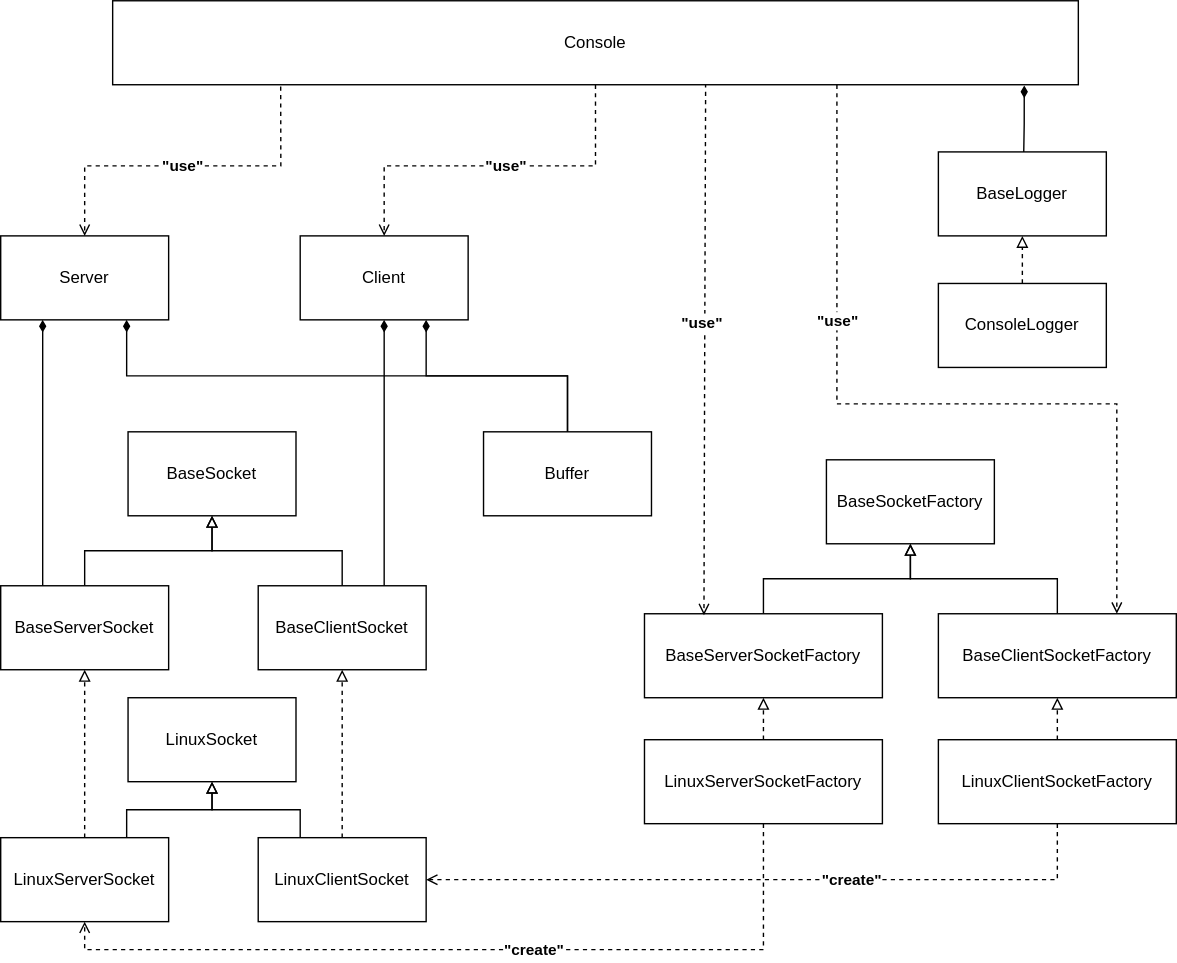
alex8399/file-transfer keeps this draw.io diagram as docs/diagram/UMLClassDiagram.drawio.svg. Above is the earlier version. Source tidied: cells renumbered, new cells last; positions are measured from the earlier drawing's top-left corner, leaving out a move shared by most shapes. Its diagram source:
```xml
<mxGraphModel>
  <root>
    <mxCell id="0" />
    <mxCell id="1" parent="0" />
    <mxCell id="2" value="BaseSocket" style="rounded=0;whiteSpace=wrap;html=1;" parent="1" vertex="1">
      <mxGeometry x="91" y="308" width="120" height="60" as="geometry" />
    </mxCell>
    <mxCell id="3" style="edgeStyle=orthogonalEdgeStyle;rounded=0;jettySize=auto;html=1;exitX=0.5;exitY=0;exitDx=0;exitDy=0;entryX=0.5;entryY=1;entryDx=0;entryDy=0;endArrow=block;endFill=0;" parent="1" edge="1" source="5" target="2">
      <mxGeometry relative="1" as="geometry" />
    </mxCell>
    <mxCell id="4" style="edgeStyle=orthogonalEdgeStyle;rounded=0;jettySize=auto;html=1;exitX=0.25;exitY=0;exitDx=0;exitDy=0;entryX=0.25;entryY=1;entryDx=0;entryDy=0;endArrow=diamondThin;endFill=1;" parent="1" edge="1" source="5" target="33">
      <mxGeometry relative="1" as="geometry" />
    </mxCell>
    <mxCell id="5" value="BaseServerSocket" style="rounded=0;whiteSpace=wrap;html=1;" parent="1" vertex="1">
      <mxGeometry y="418" width="120" height="60" as="geometry" />
    </mxCell>
    <mxCell id="6" style="edgeStyle=orthogonalEdgeStyle;rounded=0;jettySize=auto;html=1;exitX=0.5;exitY=0;exitDx=0;exitDy=0;entryX=0.5;entryY=1;entryDx=0;entryDy=0;endArrow=block;endFill=0;" parent="1" edge="1" source="7" target="2">
      <mxGeometry relative="1" as="geometry" />
    </mxCell>
    <mxCell id="7" value="BaseClientSocket" style="rounded=0;whiteSpace=wrap;html=1;" parent="1" vertex="1">
      <mxGeometry x="184" y="418" width="120" height="60" as="geometry" />
    </mxCell>
    <mxCell id="8" style="edgeStyle=orthogonalEdgeStyle;rounded=0;jettySize=auto;html=1;exitX=0.5;exitY=0;exitDx=0;exitDy=0;entryX=0.5;entryY=1;entryDx=0;entryDy=0;endArrow=block;endFill=0;dashed=1;" parent="1" edge="1" source="10" target="5">
      <mxGeometry relative="1" as="geometry">
        <Array as="points">
          <mxPoint x="60" y="498" />
          <mxPoint x="60" y="498" />
        </Array>
      </mxGeometry>
    </mxCell>
    <mxCell id="9" style="edgeStyle=orthogonalEdgeStyle;rounded=0;jettySize=auto;html=1;exitX=0.75;exitY=0;exitDx=0;exitDy=0;entryX=0.5;entryY=1;entryDx=0;entryDy=0;endArrow=block;endFill=0;" parent="1" edge="1" source="10" target="14">
      <mxGeometry relative="1" as="geometry" />
    </mxCell>
    <mxCell id="10" value="LinuxServerSocket" style="rounded=0;whiteSpace=wrap;html=1;" parent="1" vertex="1">
      <mxGeometry y="598" width="120" height="60" as="geometry" />
    </mxCell>
    <mxCell id="11" style="edgeStyle=orthogonalEdgeStyle;rounded=0;jettySize=auto;html=1;exitX=0.5;exitY=0;exitDx=0;exitDy=0;entryX=0.5;entryY=1;entryDx=0;entryDy=0;dashed=1;endArrow=block;endFill=0;" parent="1" edge="1" source="13" target="7">
      <mxGeometry relative="1" as="geometry">
        <Array as="points">
          <mxPoint x="244" y="508" />
          <mxPoint x="244" y="508" />
        </Array>
      </mxGeometry>
    </mxCell>
    <mxCell id="12" style="edgeStyle=orthogonalEdgeStyle;rounded=0;jettySize=auto;html=1;exitX=0.25;exitY=0;exitDx=0;exitDy=0;entryX=0.5;entryY=1;entryDx=0;entryDy=0;endArrow=block;endFill=0;" parent="1" edge="1" source="13" target="14">
      <mxGeometry relative="1" as="geometry" />
    </mxCell>
    <mxCell id="13" value="LinuxClientSocket" style="rounded=0;whiteSpace=wrap;html=1;" parent="1" vertex="1">
      <mxGeometry x="184" y="598" width="120" height="60" as="geometry" />
    </mxCell>
    <mxCell id="14" value="LinuxSocket" style="rounded=0;whiteSpace=wrap;html=1;" parent="1" vertex="1">
      <mxGeometry x="91" y="498" width="120" height="60" as="geometry" />
    </mxCell>
    <mxCell id="15" value="BaseSocketFactory" style="rounded=0;whiteSpace=wrap;html=1;" parent="1" vertex="1">
      <mxGeometry x="590" y="328" width="120" height="60" as="geometry" />
    </mxCell>
    <mxCell id="16" style="edgeStyle=orthogonalEdgeStyle;rounded=0;jettySize=auto;html=1;exitX=0.5;exitY=0;exitDx=0;exitDy=0;entryX=0.5;entryY=1;entryDx=0;entryDy=0;endArrow=block;endFill=0;" parent="1" edge="1" source="17" target="15">
      <mxGeometry relative="1" as="geometry" />
    </mxCell>
    <mxCell id="17" value="BaseServerSocketFactory" style="rounded=0;whiteSpace=wrap;html=1;" parent="1" vertex="1">
      <mxGeometry x="460" y="438" width="170" height="60" as="geometry" />
    </mxCell>
    <mxCell id="18" style="edgeStyle=orthogonalEdgeStyle;rounded=0;jettySize=auto;html=1;exitX=0.5;exitY=0;exitDx=0;exitDy=0;entryX=0.5;entryY=1;entryDx=0;entryDy=0;endArrow=block;endFill=0;" parent="1" edge="1" source="19" target="15">
      <mxGeometry relative="1" as="geometry" />
    </mxCell>
    <mxCell id="19" value="BaseClientSocketFactory" style="rounded=0;whiteSpace=wrap;html=1;" parent="1" vertex="1">
      <mxGeometry x="670" y="438" width="170" height="60" as="geometry" />
    </mxCell>
    <mxCell id="20" style="edgeStyle=orthogonalEdgeStyle;rounded=0;jettySize=auto;html=1;exitX=0.5;exitY=0;exitDx=0;exitDy=0;entryX=0.5;entryY=1;entryDx=0;entryDy=0;endArrow=block;endFill=0;dashed=1;" parent="1" edge="1" source="23" target="17">
      <mxGeometry relative="1" as="geometry" />
    </mxCell>
    <mxCell id="21" style="edgeStyle=orthogonalEdgeStyle;rounded=0;jettySize=auto;html=1;exitX=0.5;exitY=1;exitDx=0;exitDy=0;entryX=0.5;entryY=1;entryDx=0;entryDy=0;endArrow=open;endFill=0;dashed=1;" parent="1" edge="1" source="23" target="10">
      <mxGeometry relative="1" as="geometry" />
    </mxCell>
    <mxCell id="22" value="&quot;create&quot;" style="edgeLabel;html=1;align=center;verticalAlign=middle;fontStyle=1;" parent="21" vertex="1">
      <mxGeometry x="-0.17" y="3" relative="1" as="geometry">
        <mxPoint x="-7" y="-4" as="offset" />
      </mxGeometry>
    </mxCell>
    <mxCell id="23" value="LinuxServerSocketFactory" style="rounded=0;whiteSpace=wrap;html=1;" parent="1" vertex="1">
      <mxGeometry x="460" y="528" width="170" height="60" as="geometry" />
    </mxCell>
    <mxCell id="24" style="edgeStyle=orthogonalEdgeStyle;rounded=0;jettySize=auto;html=1;exitX=0.5;exitY=0;exitDx=0;exitDy=0;entryX=0.5;entryY=1;entryDx=0;entryDy=0;endArrow=block;endFill=0;dashed=1;" parent="1" edge="1" source="27" target="19">
      <mxGeometry relative="1" as="geometry" />
    </mxCell>
    <mxCell id="25" style="edgeStyle=orthogonalEdgeStyle;rounded=0;jettySize=auto;html=1;exitX=0.5;exitY=1;exitDx=0;exitDy=0;entryX=1;entryY=0.5;entryDx=0;entryDy=0;endArrow=open;endFill=0;dashed=1;" parent="1" edge="1" source="27" target="13">
      <mxGeometry relative="1" as="geometry" />
    </mxCell>
    <mxCell id="26" value="&quot;create&quot;" style="edgeLabel;html=1;align=center;verticalAlign=middle;fontStyle=1;" parent="25" vertex="1">
      <mxGeometry x="-0.24" y="1" relative="1" as="geometry">
        <mxPoint y="-2" as="offset" />
      </mxGeometry>
    </mxCell>
    <mxCell id="27" value="LinuxClientSocketFactory" style="rounded=0;whiteSpace=wrap;html=1;" parent="1" vertex="1">
      <mxGeometry x="670" y="528" width="170" height="60" as="geometry" />
    </mxCell>
    <mxCell id="28" value="BaseLogger" style="rounded=0;whiteSpace=wrap;html=1;" parent="1" vertex="1">
      <mxGeometry x="670" y="108" width="120" height="60" as="geometry" />
    </mxCell>
    <mxCell id="29" style="edgeStyle=orthogonalEdgeStyle;rounded=0;jettySize=auto;html=1;exitX=0.5;exitY=0;exitDx=0;exitDy=0;entryX=0.5;entryY=1;entryDx=0;entryDy=0;endArrow=block;endFill=0;dashed=1;" parent="1" edge="1" source="30" target="28">
      <mxGeometry relative="1" as="geometry" />
    </mxCell>
    <mxCell id="30" value="ConsoleLogger" style="rounded=0;whiteSpace=wrap;html=1;" parent="1" vertex="1">
      <mxGeometry x="670" y="202" width="120" height="60" as="geometry" />
    </mxCell>
    <mxCell id="31" value="Buffer" style="rounded=0;whiteSpace=wrap;html=1;" parent="1" vertex="1">
      <mxGeometry x="345" y="308" width="120" height="60" as="geometry" />
    </mxCell>
    <mxCell id="32" style="edgeStyle=orthogonalEdgeStyle;rounded=0;jettySize=auto;html=1;exitX=0.75;exitY=1;exitDx=0;exitDy=0;entryX=0.5;entryY=0;entryDx=0;entryDy=0;endArrow=none;endFill=0;startArrow=diamondThin;startFill=1;" parent="1" edge="1" source="33" target="31">
      <mxGeometry relative="1" as="geometry">
        <Array as="points">
          <mxPoint x="90" y="268" />
          <mxPoint x="405" y="268" />
        </Array>
      </mxGeometry>
    </mxCell>
    <mxCell id="33" value="Server" style="rounded=0;whiteSpace=wrap;html=1;" parent="1" vertex="1">
      <mxGeometry y="168" width="120" height="60" as="geometry" />
    </mxCell>
    <mxCell id="34" style="edgeStyle=orthogonalEdgeStyle;rounded=0;jettySize=auto;html=1;exitX=0.5;exitY=1;exitDx=0;exitDy=0;entryX=0.75;entryY=0;entryDx=0;entryDy=0;endArrow=none;endFill=0;startArrow=diamondThin;startFill=1;" parent="1" edge="1" source="36" target="7">
      <mxGeometry relative="1" as="geometry" />
    </mxCell>
    <mxCell id="35" style="edgeStyle=orthogonalEdgeStyle;rounded=0;jettySize=auto;html=1;exitX=0.75;exitY=1;exitDx=0;exitDy=0;entryX=0.5;entryY=0;entryDx=0;entryDy=0;endArrow=none;endFill=0;startArrow=diamondThin;startFill=1;" parent="1" edge="1" source="36" target="31">
      <mxGeometry relative="1" as="geometry" />
    </mxCell>
    <mxCell id="36" value="Client" style="rounded=0;whiteSpace=wrap;html=1;" parent="1" vertex="1">
      <mxGeometry x="214" y="168" width="120" height="60" as="geometry" />
    </mxCell>
    <mxCell id="37" style="edgeStyle=orthogonalEdgeStyle;rounded=0;jettySize=auto;html=1;exitX=0.174;exitY=1.022;exitDx=0;exitDy=0;entryX=0.5;entryY=0;entryDx=0;entryDy=0;endArrow=open;endFill=0;dashed=1;exitPerimeter=0;" parent="1" edge="1" source="46" target="33">
      <mxGeometry relative="1" as="geometry">
        <Array as="points">
          <mxPoint x="200" y="118" />
          <mxPoint x="60" y="118" />
        </Array>
      </mxGeometry>
    </mxCell>
    <mxCell id="38" value="&quot;use&quot;" style="edgeLabel;html=1;align=center;verticalAlign=middle;fontStyle=1;" parent="37" vertex="1">
      <mxGeometry x="0.04" y="-1" relative="1" as="geometry">
        <mxPoint x="1" as="offset" />
      </mxGeometry>
    </mxCell>
    <mxCell id="39" style="edgeStyle=orthogonalEdgeStyle;rounded=0;jettySize=auto;html=1;exitX=0.5;exitY=1;exitDx=0;exitDy=0;entryX=0.5;entryY=0;entryDx=0;entryDy=0;endArrow=open;endFill=0;dashed=1;" parent="1" edge="1" source="46" target="36">
      <mxGeometry relative="1" as="geometry">
        <Array as="points">
          <mxPoint x="425" y="118" />
          <mxPoint x="274" y="118" />
        </Array>
      </mxGeometry>
    </mxCell>
    <mxCell id="40" value="&quot;use&quot;" style="edgeLabel;html=1;align=center;verticalAlign=middle;fontStyle=1;" parent="39" vertex="1">
      <mxGeometry x="-0.36" relative="1" as="geometry">
        <mxPoint x="-40" y="-1" as="offset" />
      </mxGeometry>
    </mxCell>
    <mxCell id="41" style="edgeStyle=orthogonalEdgeStyle;rounded=0;jettySize=auto;html=1;exitX=0.614;exitY=0.983;exitDx=0;exitDy=0;entryX=0.25;entryY=0;entryDx=0;entryDy=0;endArrow=open;endFill=0;dashed=1;exitPerimeter=0;" parent="1" edge="1" source="46">
      <mxGeometry relative="1" as="geometry">
        <mxPoint x="502.5" y="439" as="targetPoint" />
        <Array as="points">
          <mxPoint x="504" y="69" />
          <mxPoint x="503" y="69" />
          <mxPoint x="503" y="259" />
          <mxPoint x="503" y="259" />
        </Array>
      </mxGeometry>
    </mxCell>
    <mxCell id="42" value="&quot;use&quot;" style="edgeLabel;html=1;align=center;verticalAlign=middle;fontStyle=1;" parent="41" vertex="1">
      <mxGeometry x="0.16" y="-3" relative="1" as="geometry">
        <mxPoint y="-51" as="offset" />
      </mxGeometry>
    </mxCell>
    <mxCell id="43" style="edgeStyle=orthogonalEdgeStyle;rounded=0;jettySize=auto;html=1;exitX=0.75;exitY=1;exitDx=0;exitDy=0;entryX=0.75;entryY=0;entryDx=0;entryDy=0;endArrow=open;endFill=0;dashed=1;" parent="1" edge="1" source="46" target="19">
      <mxGeometry relative="1" as="geometry">
        <Array as="points">
          <mxPoint x="598" y="288" />
          <mxPoint x="798" y="288" />
        </Array>
      </mxGeometry>
    </mxCell>
    <mxCell id="44" value="&quot;use&quot;" style="edgeLabel;html=1;align=center;verticalAlign=middle;fontStyle=1;" parent="43" vertex="1">
      <mxGeometry x="0.07" y="1" relative="1" as="geometry">
        <mxPoint x="-82" y="-59" as="offset" />
      </mxGeometry>
    </mxCell>
    <mxCell id="45" style="edgeStyle=orthogonalEdgeStyle;rounded=0;jettySize=auto;html=1;exitX=0.944;exitY=1.01;exitDx=0;exitDy=0;entryX=0.5;entryY=0;entryDx=0;entryDy=0;endArrow=none;endFill=0;startArrow=diamondThin;startFill=1;exitPerimeter=0;" parent="1" edge="1" source="46" target="28">
      <mxGeometry relative="1" as="geometry">
        <Array as="points">
          <mxPoint x="731" y="88" />
          <mxPoint x="731" y="118" />
        </Array>
      </mxGeometry>
    </mxCell>
    <mxCell id="46" value="Console" style="rounded=0;whiteSpace=wrap;html=1;" parent="1" vertex="1">
      <mxGeometry x="80" width="690" height="60" as="geometry" />
    </mxCell>
  </root>
</mxGraphModel>
```
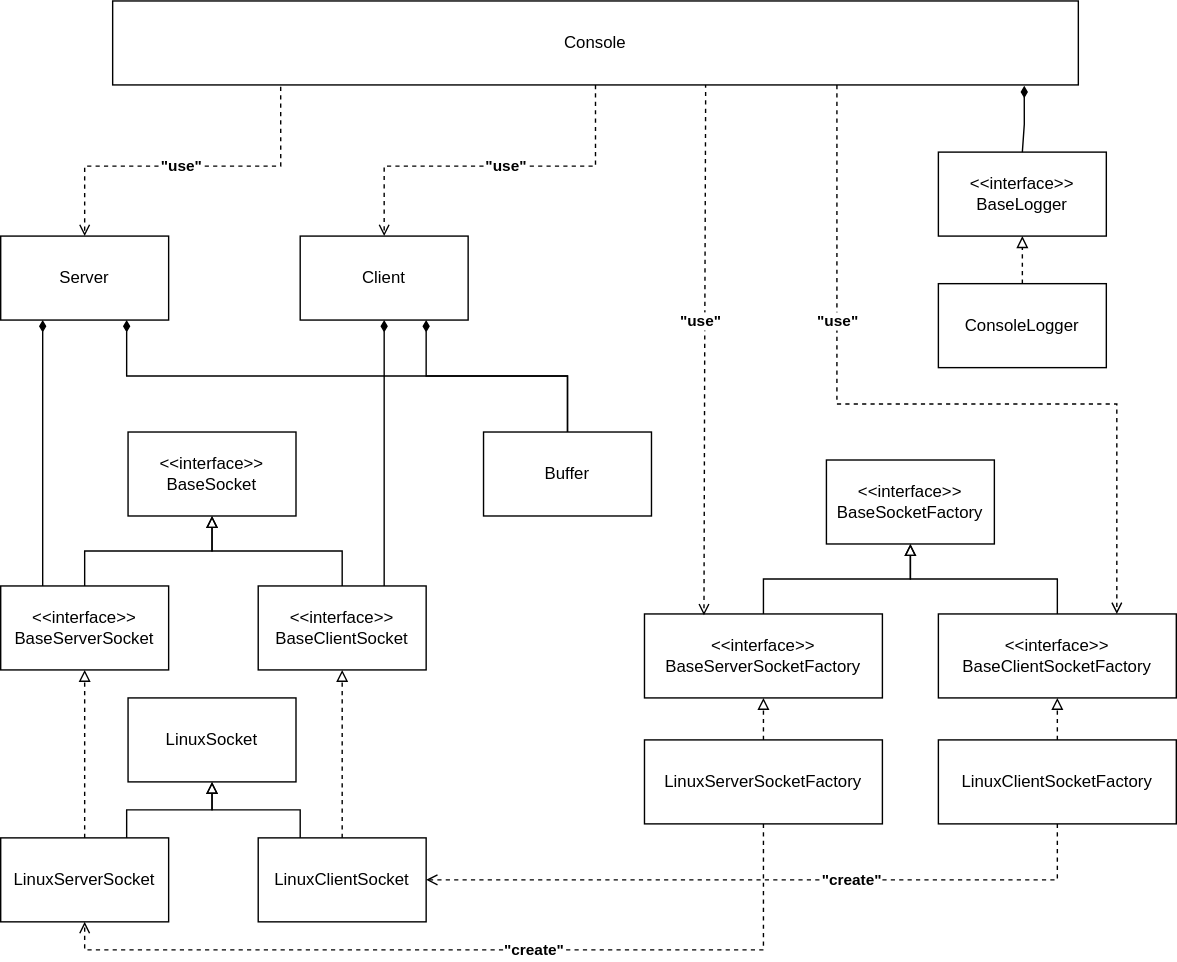
After the change.

Commit message:
Updated UML diagram

Diff of the diagram source:
```diff
@@ -2,7 +2,7 @@
   <root>
     <mxCell id="0" />
     <mxCell id="1" parent="0" />
-    <mxCell id="2" value="BaseSocket" style="rounded=0;whiteSpace=wrap;html=1;" parent="1" vertex="1">
+    <mxCell id="2" value="&lt;div&gt;&amp;lt;&amp;lt;interface&amp;gt;&amp;gt;&lt;/div&gt;BaseSocket" style="rounded=0;whiteSpace=wrap;html=1;" parent="1" vertex="1">
       <mxGeometry x="91" y="308" width="120" height="60" as="geometry" />
     </mxCell>
     <mxCell id="3" style="edgeStyle=orthogonalEdgeStyle;rounded=0;jettySize=auto;html=1;exitX=0.5;exitY=0;exitDx=0;exitDy=0;entryX=0.5;entryY=1;entryDx=0;entryDy=0;endArrow=block;endFill=0;" parent="1" edge="1" source="5" target="2">
@@ -11,13 +11,13 @@
     <mxCell id="4" style="edgeStyle=orthogonalEdgeStyle;rounded=0;jettySize=auto;html=1;exitX=0.25;exitY=0;exitDx=0;exitDy=0;entryX=0.25;entryY=1;entryDx=0;entryDy=0;endArrow=diamondThin;endFill=1;" parent="1" edge="1" source="5" target="33">
       <mxGeometry relative="1" as="geometry" />
     </mxCell>
-    <mxCell id="5" value="BaseServerSocket" style="rounded=0;whiteSpace=wrap;html=1;" parent="1" vertex="1">
+    <mxCell id="5" value="&lt;div&gt;&amp;lt;&amp;lt;interface&amp;gt;&amp;gt;&lt;br&gt;&lt;/div&gt;BaseServerSocket" style="rounded=0;whiteSpace=wrap;html=1;" parent="1" vertex="1">
       <mxGeometry y="418" width="120" height="60" as="geometry" />
     </mxCell>
     <mxCell id="6" style="edgeStyle=orthogonalEdgeStyle;rounded=0;jettySize=auto;html=1;exitX=0.5;exitY=0;exitDx=0;exitDy=0;entryX=0.5;entryY=1;entryDx=0;entryDy=0;endArrow=block;endFill=0;" parent="1" edge="1" source="7" target="2">
       <mxGeometry relative="1" as="geometry" />
     </mxCell>
-    <mxCell id="7" value="BaseClientSocket" style="rounded=0;whiteSpace=wrap;html=1;" parent="1" vertex="1">
+    <mxCell id="7" value="&lt;div&gt;&amp;lt;&amp;lt;interface&amp;gt;&amp;gt;&lt;br&gt;&lt;/div&gt;BaseClientSocket" style="rounded=0;whiteSpace=wrap;html=1;" parent="1" vertex="1">
       <mxGeometry x="184" y="418" width="120" height="60" as="geometry" />
     </mxCell>
     <mxCell id="8" style="edgeStyle=orthogonalEdgeStyle;rounded=0;jettySize=auto;html=1;exitX=0.5;exitY=0;exitDx=0;exitDy=0;entryX=0.5;entryY=1;entryDx=0;entryDy=0;endArrow=block;endFill=0;dashed=1;" parent="1" edge="1" source="10" target="5">
@@ -51,19 +51,19 @@
     <mxCell id="14" value="LinuxSocket" style="rounded=0;whiteSpace=wrap;html=1;" parent="1" vertex="1">
       <mxGeometry x="91" y="498" width="120" height="60" as="geometry" />
     </mxCell>
-    <mxCell id="15" value="BaseSocketFactory" style="rounded=0;whiteSpace=wrap;html=1;" parent="1" vertex="1">
+    <mxCell id="15" value="&lt;div&gt;&amp;lt;&amp;lt;interface&amp;gt;&amp;gt;&lt;br&gt;&lt;/div&gt;BaseSocketFactory" style="rounded=0;whiteSpace=wrap;html=1;" parent="1" vertex="1">
       <mxGeometry x="590" y="328" width="120" height="60" as="geometry" />
     </mxCell>
     <mxCell id="16" style="edgeStyle=orthogonalEdgeStyle;rounded=0;jettySize=auto;html=1;exitX=0.5;exitY=0;exitDx=0;exitDy=0;entryX=0.5;entryY=1;entryDx=0;entryDy=0;endArrow=block;endFill=0;" parent="1" edge="1" source="17" target="15">
       <mxGeometry relative="1" as="geometry" />
     </mxCell>
-    <mxCell id="17" value="BaseServerSocketFactory" style="rounded=0;whiteSpace=wrap;html=1;" parent="1" vertex="1">
+    <mxCell id="17" value="&lt;div&gt;&amp;lt;&amp;lt;interface&amp;gt;&amp;gt;&lt;br&gt;&lt;/div&gt;BaseServerSocketFactory" style="rounded=0;whiteSpace=wrap;html=1;" parent="1" vertex="1">
       <mxGeometry x="460" y="438" width="170" height="60" as="geometry" />
     </mxCell>
     <mxCell id="18" style="edgeStyle=orthogonalEdgeStyle;rounded=0;jettySize=auto;html=1;exitX=0.5;exitY=0;exitDx=0;exitDy=0;entryX=0.5;entryY=1;entryDx=0;entryDy=0;endArrow=block;endFill=0;" parent="1" edge="1" source="19" target="15">
       <mxGeometry relative="1" as="geometry" />
     </mxCell>
-    <mxCell id="19" value="BaseClientSocketFactory" style="rounded=0;whiteSpace=wrap;html=1;" parent="1" vertex="1">
+    <mxCell id="19" value="&lt;div&gt;&amp;lt;&amp;lt;interface&amp;gt;&amp;gt;&lt;br&gt;&lt;/div&gt;BaseClientSocketFactory" style="rounded=0;whiteSpace=wrap;html=1;" parent="1" vertex="1">
       <mxGeometry x="670" y="438" width="170" height="60" as="geometry" />
     </mxCell>
     <mxCell id="20" style="edgeStyle=orthogonalEdgeStyle;rounded=0;jettySize=auto;html=1;exitX=0.5;exitY=0;exitDx=0;exitDy=0;entryX=0.5;entryY=1;entryDx=0;entryDy=0;endArrow=block;endFill=0;dashed=1;" parent="1" edge="1" source="23" target="17">
@@ -94,7 +94,7 @@
     <mxCell id="27" value="LinuxClientSocketFactory" style="rounded=0;whiteSpace=wrap;html=1;" parent="1" vertex="1">
       <mxGeometry x="670" y="528" width="170" height="60" as="geometry" />
     </mxCell>
-    <mxCell id="28" value="BaseLogger" style="rounded=0;whiteSpace=wrap;html=1;" parent="1" vertex="1">
+    <mxCell id="28" value="&lt;div&gt;&amp;lt;&amp;lt;interface&amp;gt;&amp;gt;&lt;br&gt;&lt;/div&gt;BaseLogger" style="rounded=0;whiteSpace=wrap;html=1;" parent="1" vertex="1">
       <mxGeometry x="670" y="108" width="120" height="60" as="geometry" />
     </mxCell>
     <mxCell id="29" style="edgeStyle=orthogonalEdgeStyle;rounded=0;jettySize=auto;html=1;exitX=0.5;exitY=0;exitDx=0;exitDy=0;entryX=0.5;entryY=1;entryDx=0;entryDy=0;endArrow=block;endFill=0;dashed=1;" parent="1" edge="1" source="30" target="28">
```
